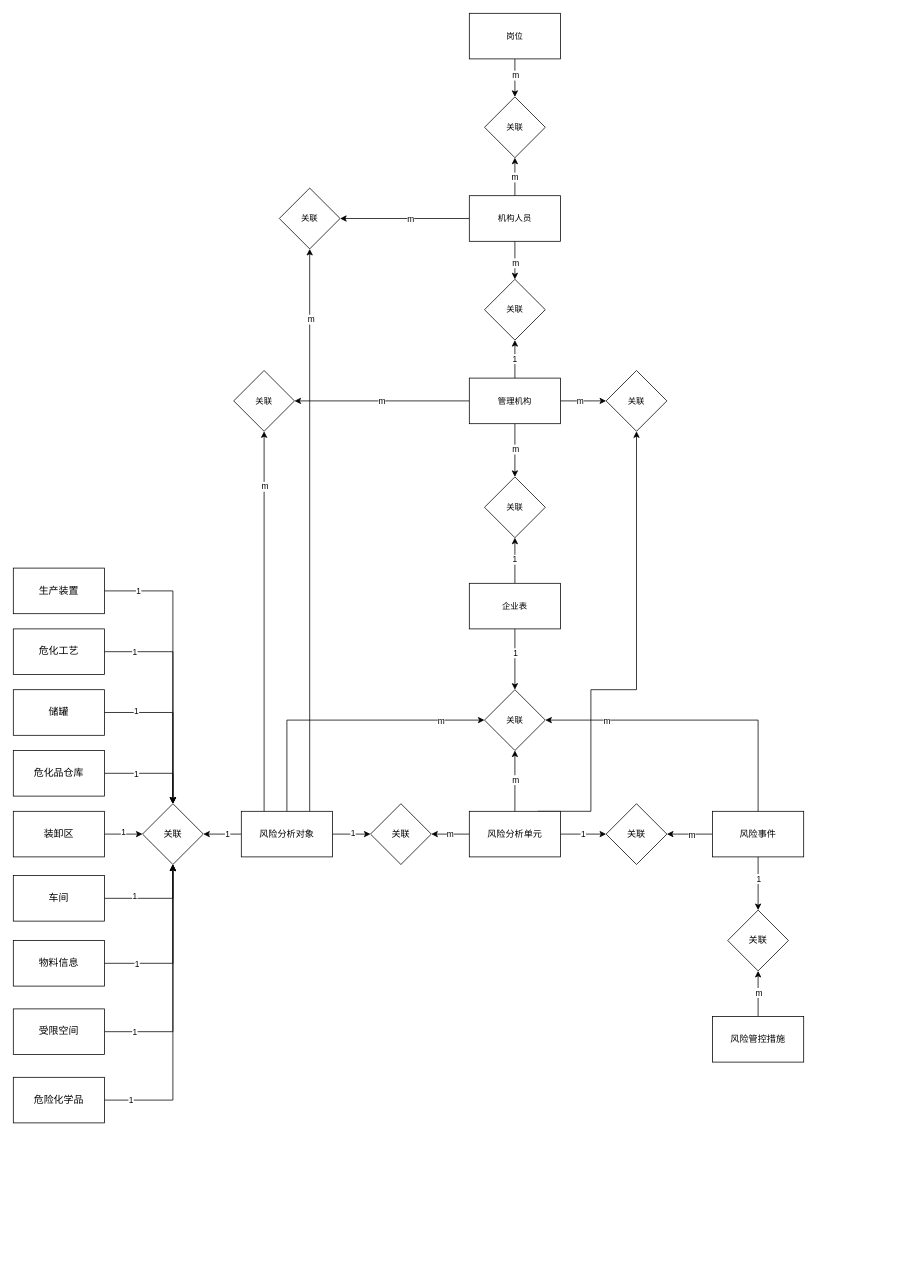
Before: 双重预防er.drawio in MuXia-0326/drawio, a draw.io diagram. Source tidied: cells renumbered, new cells numbered last; positions are measured from the earlier drawing's top-left corner, leaving out a move shared by most shapes. Both pictures are drawn from the tidied source at 76%, with x=0, y=0 at pixel (13, 13).
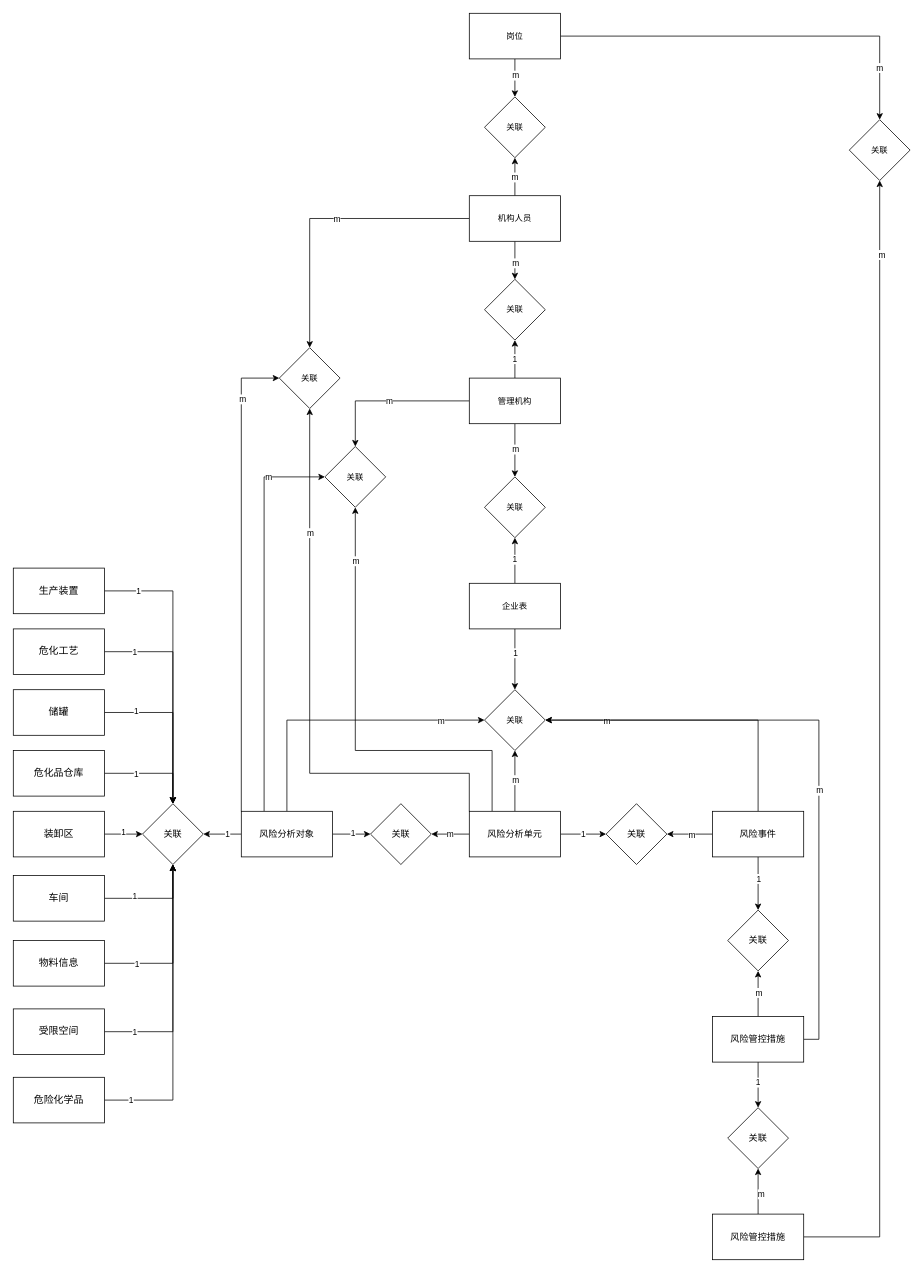
Above is the later version.

Commit message (it also covers changes not shown here):
更新双重预防er.drawio

The change refers to these unchanged cells:
```xml
<mxCell id="12" value="风险分析对象" style="rounded=0;whiteSpace=wrap;html=1;fontColor=default;" parent="1" vertex="1">
  <mxGeometry x="300" y="1050" width="120" height="60" as="geometry" />
</mxCell>
<mxCell id="47" value="&lt;div&gt;风险分析单元&lt;/div&gt;" style="rounded=0;whiteSpace=wrap;html=1;fontColor=default;" parent="1" vertex="1">
  <mxGeometry x="600" y="1050" width="120" height="60" as="geometry" />
</mxCell>
<mxCell id="58" value="风险管控措施" style="rounded=0;whiteSpace=wrap;html=1;fontColor=default;" parent="1" vertex="1">
  <mxGeometry x="920" y="1320" width="120" height="60" as="geometry" />
</mxCell>
<mxCell id="65" value="关联" style="rhombus;whiteSpace=wrap;html=1;fontFamily=Helvetica;fontSize=11;fontColor=default;labelBackgroundColor=default;" parent="1" vertex="1">
  <mxGeometry x="620" y="890" width="80" height="80" as="geometry" />
</mxCell>
<mxCell id="73" value="管理机构" style="rounded=0;whiteSpace=wrap;html=1;fontFamily=Helvetica;fontSize=11;fontColor=default;labelBackgroundColor=default;" parent="1" vertex="1">
  <mxGeometry x="600" y="480" width="120" height="60" as="geometry" />
</mxCell>
<mxCell id="82" value="机构人员" style="rounded=0;whiteSpace=wrap;html=1;fontFamily=Helvetica;fontSize=11;fontColor=default;labelBackgroundColor=default;" parent="1" vertex="1">
  <mxGeometry x="600" y="240" width="120" height="60" as="geometry" />
</mxCell>
<mxCell id="87" value="岗位" style="rounded=0;whiteSpace=wrap;html=1;fontFamily=Helvetica;fontSize=11;fontColor=default;labelBackgroundColor=default;" parent="1" vertex="1">
  <mxGeometry x="600" width="120" height="60" as="geometry" />
</mxCell>
```

Diff of the diagram source:
```diff
@@
-    <mxCell id="8" style="edgeStyle=orthogonalEdgeStyle;rounded=0;jettySize=auto;html=1;exitX=0.25;exitY=0;exitDx=0;exitDy=0;entryX=0.5;entryY=1;entryDx=0;entryDy=0;strokeColor=default;align=center;verticalAlign=middle;fontFamily=Helvetica;fontSize=11;fontColor=default;labelBackgroundColor=default;endArrow=classic;" parent="1" edge="1" source="12" target="75">
+    <mxCell id="8" style="edgeStyle=orthogonalEdgeStyle;rounded=0;jettySize=auto;html=1;exitX=0.25;exitY=0;exitDx=0;exitDy=0;entryX=0;entryY=0.5;entryDx=0;entryDy=0;strokeColor=default;align=center;verticalAlign=middle;fontFamily=Helvetica;fontSize=11;fontColor=default;labelBackgroundColor=default;endArrow=classic;" parent="1" edge="1" source="12" target="75">
       <mxGeometry relative="1" as="geometry" />
     </mxCell>
@@
-    <mxCell id="10" style="edgeStyle=orthogonalEdgeStyle;rounded=0;jettySize=auto;html=1;exitX=0.75;exitY=0;exitDx=0;exitDy=0;entryX=0.5;entryY=1;entryDx=0;entryDy=0;strokeColor=default;align=center;verticalAlign=middle;fontFamily=Helvetica;fontSize=11;fontColor=default;labelBackgroundColor=default;endArrow=classic;" parent="1" edge="1" source="12" target="83">
+    <mxCell id="10" style="edgeStyle=orthogonalEdgeStyle;rounded=0;jettySize=auto;html=1;exitX=0;exitY=0;exitDx=0;exitDy=0;entryX=0;entryY=0.5;entryDx=0;entryDy=0;strokeColor=default;align=center;verticalAlign=middle;fontFamily=Helvetica;fontSize=11;fontColor=default;labelBackgroundColor=default;endArrow=classic;" parent="1" edge="1" source="12" target="83">
       <mxGeometry relative="1" as="geometry" />
     </mxCell>
@@
-    <mxCell id="46" style="edgeStyle=orthogonalEdgeStyle;rounded=0;jettySize=auto;html=1;exitX=0.75;exitY=0;exitDx=0;exitDy=0;entryX=0.5;entryY=1;entryDx=0;entryDy=0;strokeColor=default;align=center;verticalAlign=middle;fontFamily=Helvetica;fontSize=11;fontColor=default;labelBackgroundColor=default;endArrow=classic;" parent="1" edge="1" source="47" target="89">
-      <mxGeometry relative="1" as="geometry">
-        <Array as="points">
-          <mxPoint x="760" y="1050" />
-          <mxPoint x="760" y="890" />
-          <mxPoint x="820" y="890" />
-        </Array>
-      </mxGeometry>
-    </mxCell>
+    <mxCell id="90" style="edgeStyle=orthogonalEdgeStyle;rounded=0;jettySize=auto;html=1;exitX=0.25;exitY=0;exitDx=0;exitDy=0;strokeColor=default;align=center;verticalAlign=middle;fontFamily=Helvetica;fontSize=11;fontColor=default;labelBackgroundColor=default;endArrow=classic;entryX=0.5;entryY=1;entryDx=0;entryDy=0;" parent="1" edge="1" source="47" target="75">
+      <mxGeometry relative="1" as="geometry">
+        <Array as="points">
+          <mxPoint x="630" y="970" />
+          <mxPoint x="450" y="970" />
+        </Array>
+      </mxGeometry>
+    </mxCell>
+    <mxCell id="91" value="m" style="edgeLabel;html=1;align=center;verticalAlign=middle;fontFamily=Helvetica;fontSize=11;fontColor=default;labelBackgroundColor=default;" parent="90" vertex="1">
+      <mxGeometry x="0.76" relative="1" as="geometry" />
+    </mxCell>
+    <mxCell id="92" style="edgeStyle=orthogonalEdgeStyle;rounded=0;jettySize=auto;html=1;exitX=0;exitY=0;exitDx=0;exitDy=0;entryX=0.5;entryY=1;entryDx=0;entryDy=0;strokeColor=default;align=center;verticalAlign=middle;fontFamily=Helvetica;fontSize=11;fontColor=default;labelBackgroundColor=default;endArrow=classic;" parent="1" edge="1" source="47" target="83">
+      <mxGeometry relative="1" as="geometry">
+        <Array as="points">
+          <mxPoint x="600" y="1000" />
+          <mxPoint x="390" y="1000" />
+        </Array>
+      </mxGeometry>
+    </mxCell>
+    <mxCell id="93" value="m" style="edgeLabel;html=1;align=center;verticalAlign=middle;fontFamily=Helvetica;fontSize=11;fontColor=default;labelBackgroundColor=default;" parent="92" vertex="1">
+      <mxGeometry x="0.56" relative="1" as="geometry" />
+    </mxCell>
@@
+    <mxCell id="94" style="edgeStyle=orthogonalEdgeStyle;rounded=0;jettySize=auto;html=1;exitX=1;exitY=0.5;exitDx=0;exitDy=0;entryX=1;entryY=0.5;entryDx=0;entryDy=0;strokeColor=default;align=center;verticalAlign=middle;fontFamily=Helvetica;fontSize=11;fontColor=default;labelBackgroundColor=default;endArrow=classic;" parent="1" edge="1" source="58" target="65">
+      <mxGeometry relative="1" as="geometry" />
+    </mxCell>
+    <mxCell id="95" value="m" style="edgeLabel;html=1;align=center;verticalAlign=middle;fontFamily=Helvetica;fontSize=11;fontColor=default;labelBackgroundColor=default;" parent="94" vertex="1">
+      <mxGeometry x="-0.13" y="-2" relative="1" as="geometry">
+        <mxPoint x="-2" as="offset" />
+      </mxGeometry>
+    </mxCell>
+    <mxCell id="96" style="edgeStyle=orthogonalEdgeStyle;rounded=0;jettySize=auto;html=1;exitX=0.5;exitY=1;exitDx=0;exitDy=0;entryX=0.5;entryY=0;entryDx=0;entryDy=0;strokeColor=default;align=center;verticalAlign=middle;fontFamily=Helvetica;fontSize=11;fontColor=default;labelBackgroundColor=default;endArrow=classic;" parent="1" edge="1" source="58" target="105">
+      <mxGeometry relative="1" as="geometry" />
+    </mxCell>
+    <mxCell id="97" value="1" style="edgeLabel;html=1;align=center;verticalAlign=middle;fontFamily=Helvetica;fontSize=11;fontColor=default;labelBackgroundColor=default;" parent="96" vertex="1">
+      <mxGeometry x="-0.12" y="-1" relative="1" as="geometry" />
+    </mxCell>
@@
-    <mxCell id="68" style="edgeStyle=orthogonalEdgeStyle;rounded=0;jettySize=auto;html=1;exitX=0;exitY=0.5;exitDx=0;exitDy=0;entryX=1;entryY=0.5;entryDx=0;entryDy=0;strokeColor=default;align=center;verticalAlign=middle;fontFamily=Helvetica;fontSize=11;fontColor=default;labelBackgroundColor=default;endArrow=classic;" parent="1" edge="1" source="73" target="75">
+    <mxCell id="68" style="edgeStyle=orthogonalEdgeStyle;rounded=0;jettySize=auto;html=1;exitX=0;exitY=0.5;exitDx=0;exitDy=0;entryX=0.5;entryY=0;entryDx=0;entryDy=0;strokeColor=default;align=center;verticalAlign=middle;fontFamily=Helvetica;fontSize=11;fontColor=default;labelBackgroundColor=default;endArrow=classic;" parent="1" edge="1" source="73" target="75">
       <mxGeometry relative="1" as="geometry" />
     </mxCell>
@@
-    <mxCell id="71" style="edgeStyle=orthogonalEdgeStyle;rounded=0;jettySize=auto;html=1;exitX=1;exitY=0.5;exitDx=0;exitDy=0;entryX=0;entryY=0.5;entryDx=0;entryDy=0;strokeColor=default;align=center;verticalAlign=middle;fontFamily=Helvetica;fontSize=11;fontColor=default;labelBackgroundColor=default;endArrow=classic;" parent="1" edge="1" source="73" target="89">
-      <mxGeometry relative="1" as="geometry" />
-    </mxCell>
-    <mxCell id="72" value="m" style="edgeLabel;html=1;align=center;verticalAlign=middle;fontFamily=Helvetica;fontSize=11;fontColor=default;labelBackgroundColor=default;" parent="71" vertex="1">
-      <mxGeometry x="-0.16" y="1" relative="1" as="geometry" />
-    </mxCell>
@@
     <mxCell id="75" value="关联" style="rhombus;whiteSpace=wrap;html=1;fontFamily=Helvetica;fontSize=11;fontColor=default;labelBackgroundColor=default;" parent="1" vertex="1">
-      <mxGeometry x="290" y="470" width="80" height="80" as="geometry" />
+      <mxGeometry x="410" y="570" width="80" height="80" as="geometry" />
     </mxCell>
-    <mxCell id="76" style="edgeStyle=orthogonalEdgeStyle;rounded=0;jettySize=auto;html=1;exitX=0;exitY=0.5;exitDx=0;exitDy=0;entryX=1;entryY=0.5;entryDx=0;entryDy=0;strokeColor=default;align=center;verticalAlign=middle;fontFamily=Helvetica;fontSize=11;fontColor=default;labelBackgroundColor=default;endArrow=classic;" parent="1" edge="1" source="82" target="83">
+    <mxCell id="76" style="edgeStyle=orthogonalEdgeStyle;rounded=0;jettySize=auto;html=1;exitX=0;exitY=0.5;exitDx=0;exitDy=0;entryX=0.5;entryY=0;entryDx=0;entryDy=0;strokeColor=default;align=center;verticalAlign=middle;fontFamily=Helvetica;fontSize=11;fontColor=default;labelBackgroundColor=default;endArrow=classic;" parent="1" edge="1" source="82" target="83">
       <mxGeometry relative="1" as="geometry" />
     </mxCell>
@@
     <mxCell id="83" value="关联" style="rhombus;whiteSpace=wrap;html=1;fontFamily=Helvetica;fontSize=11;fontColor=default;labelBackgroundColor=default;" parent="1" vertex="1">
-      <mxGeometry x="350" y="230" width="80" height="80" as="geometry" />
+      <mxGeometry x="350" y="440" width="80" height="80" as="geometry" />
     </mxCell>
@@
+    <mxCell id="98" style="edgeStyle=orthogonalEdgeStyle;rounded=0;jettySize=auto;html=1;exitX=1;exitY=0.5;exitDx=0;exitDy=0;entryX=0.5;entryY=0;entryDx=0;entryDy=0;strokeColor=default;align=center;verticalAlign=middle;fontFamily=Helvetica;fontSize=11;fontColor=default;labelBackgroundColor=default;endArrow=classic;" parent="1" edge="1" source="87" target="89">
+      <mxGeometry relative="1" as="geometry" />
+    </mxCell>
+    <mxCell id="99" value="m" style="edgeLabel;html=1;align=center;verticalAlign=middle;fontFamily=Helvetica;fontSize=11;fontColor=default;labelBackgroundColor=default;" parent="98" vertex="1">
+      <mxGeometry x="0.74" y="-1" relative="1" as="geometry" />
+    </mxCell>
@@
+    <mxCell id="100" style="edgeStyle=orthogonalEdgeStyle;rounded=0;jettySize=auto;html=1;exitX=0.5;exitY=0;exitDx=0;exitDy=0;entryX=0.5;entryY=1;entryDx=0;entryDy=0;strokeColor=default;align=center;verticalAlign=middle;fontFamily=Helvetica;fontSize=11;fontColor=default;labelBackgroundColor=default;endArrow=classic;" parent="1" edge="1" source="104" target="105">
+      <mxGeometry relative="1" as="geometry" />
+    </mxCell>
+    <mxCell id="101" value="m" style="edgeLabel;html=1;align=center;verticalAlign=middle;fontFamily=Helvetica;fontSize=11;fontColor=default;labelBackgroundColor=default;" parent="100" vertex="1">
+      <mxGeometry x="-0.11" y="-3" relative="1" as="geometry" />
+    </mxCell>
+    <mxCell id="102" style="edgeStyle=orthogonalEdgeStyle;rounded=0;jettySize=auto;html=1;exitX=1;exitY=0.5;exitDx=0;exitDy=0;entryX=0.5;entryY=1;entryDx=0;entryDy=0;strokeColor=default;align=center;verticalAlign=middle;fontFamily=Helvetica;fontSize=11;fontColor=default;labelBackgroundColor=default;endArrow=classic;" parent="1" edge="1" source="104" target="89">
+      <mxGeometry relative="1" as="geometry" />
+    </mxCell>
+    <mxCell id="103" value="m" style="edgeLabel;html=1;align=center;verticalAlign=middle;fontFamily=Helvetica;fontSize=11;fontColor=default;labelBackgroundColor=default;" parent="102" vertex="1">
+      <mxGeometry x="0.87" y="-2" relative="1" as="geometry" />
+    </mxCell>
+    <mxCell id="104" value="风险管控措施" style="rounded=0;whiteSpace=wrap;html=1;fontColor=default;" parent="1" vertex="1">
+      <mxGeometry x="920" y="1580" width="120" height="60" as="geometry" />
+    </mxCell>
+    <mxCell id="105" value="关联" style="rhombus;whiteSpace=wrap;html=1;fontColor=default;" parent="1" vertex="1">
+      <mxGeometry x="940" y="1440" width="80" height="80" as="geometry" />
+    </mxCell>
     <mxCell id="89" value="关联" style="rhombus;whiteSpace=wrap;html=1;fontFamily=Helvetica;fontSize=11;fontColor=default;labelBackgroundColor=default;" parent="1" vertex="1">
-      <mxGeometry x="780" y="470" width="80" height="80" as="geometry" />
+      <mxGeometry x="1100" y="140" width="80" height="80" as="geometry" />
     </mxCell>
```
